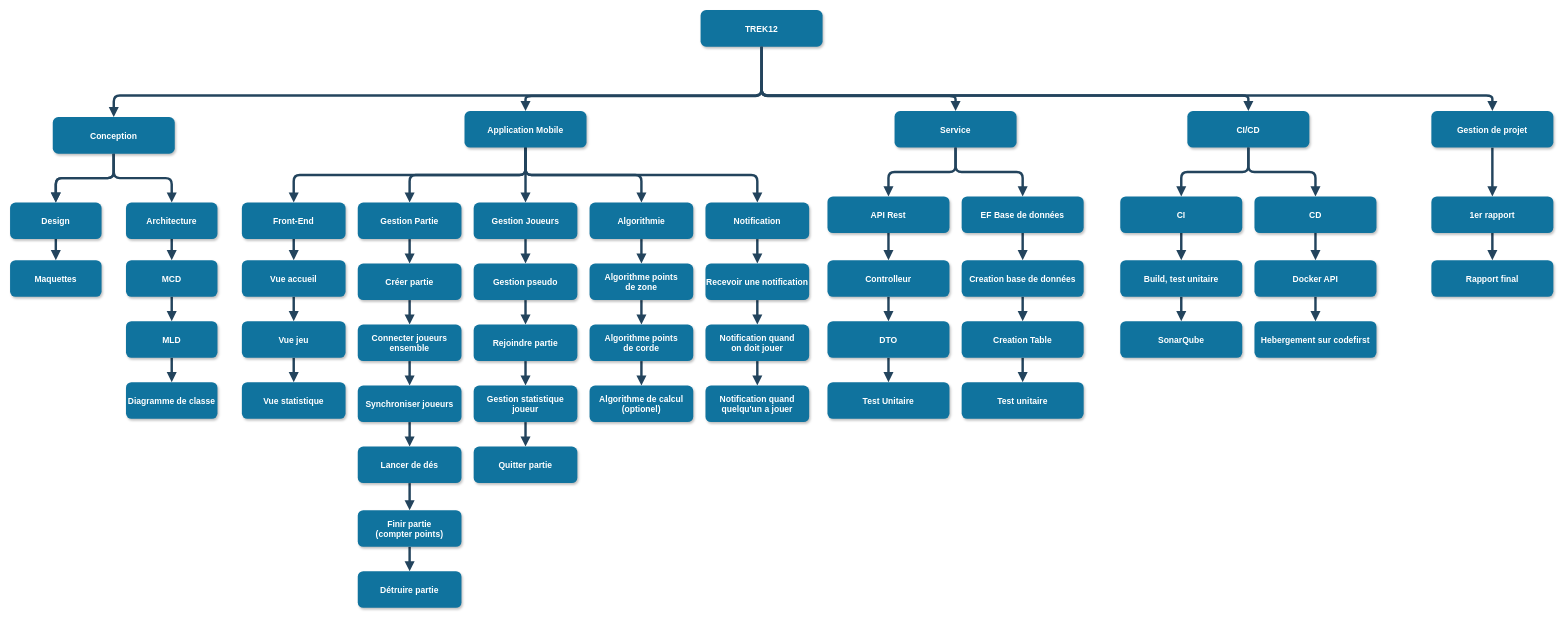
Before: Diagramme sans nom.drawio in Theo03300/Sae4.01, a draw.io diagram. Source tidied: cells renumbered, new cells numbered last; positions are measured from the earlier drawing's top-left corner, leaving out a move shared by most shapes. Both pictures are drawn from the tidied source at 61%, with x=0, y=0 at pixel (10, 10).
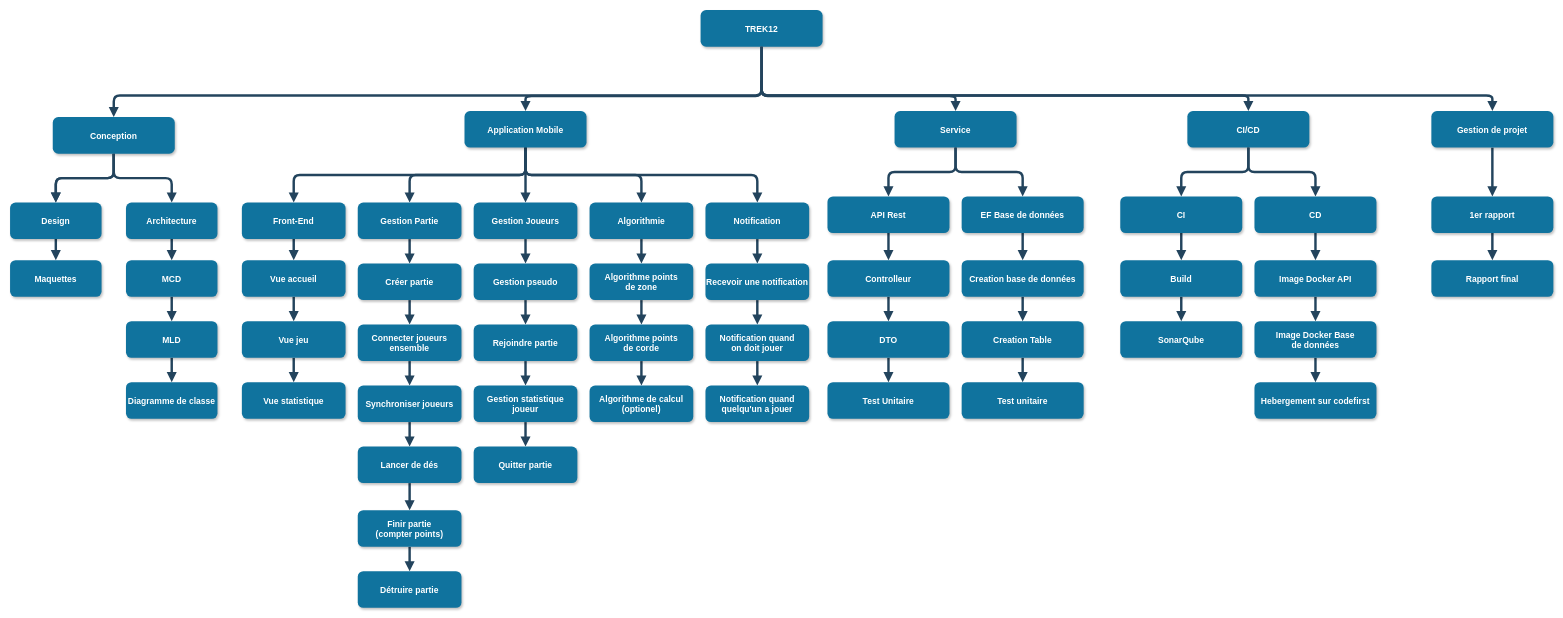
After the change.

Commit message:
Mettre à jour Diagramme sans nom.drawio

The edit, as a diff of the source:
```diff
@@
-    <mxCell id="59" value="Build, test unitaire" style="rounded=1;fillColor=#10739E;strokeColor=none;shadow=1;gradientColor=none;fontStyle=1;fontColor=#FFFFFF;fontSize=14;" parent="1" vertex="1">
+    <mxCell id="59" value="Build" style="rounded=1;fillColor=#10739E;strokeColor=none;shadow=1;gradientColor=none;fontStyle=1;fontColor=#FFFFFF;fontSize=14;" parent="1" vertex="1">
       <mxGeometry x="1820" y="410" width="200" height="60" as="geometry" />
     </mxCell>
@@
-    <mxCell id="62" value="Docker API" style="rounded=1;fillColor=#10739E;strokeColor=none;shadow=1;gradientColor=none;fontStyle=1;fontColor=#FFFFFF;fontSize=14;" parent="1" vertex="1">
+    <mxCell id="62" value="Image Docker API" style="rounded=1;fillColor=#10739E;strokeColor=none;shadow=1;gradientColor=none;fontStyle=1;fontColor=#FFFFFF;fontSize=14;" parent="1" vertex="1">
       <mxGeometry x="2040" y="410" width="200" height="60" as="geometry" />
     </mxCell>
+    <mxCell id="106" style="edgeStyle=orthogonalEdgeStyle;rounded=0;jettySize=auto;html=1;strokeWidth=4;endArrow=block;endFill=1;strokeColor=#23445d;" parent="1" edge="1" source="63" target="107">
+      <mxGeometry relative="1" as="geometry" />
+    </mxCell>
-    <mxCell id="63" value="Hebergement sur codefirst" style="rounded=1;fillColor=#10739E;strokeColor=none;shadow=1;gradientColor=none;fontStyle=1;fontColor=#FFFFFF;fontSize=14;" parent="1" vertex="1">
+    <mxCell id="63" value="Image Docker Base&#10;de données" style="rounded=1;fillColor=#10739E;strokeColor=none;shadow=1;gradientColor=none;fontStyle=1;fontColor=#FFFFFF;fontSize=14;" parent="1" vertex="1">
       <mxGeometry x="2040" y="510" width="200" height="60" as="geometry" />
     </mxCell>
@@
+    <mxCell id="107" value="Hebergement sur codefirst" style="rounded=1;fillColor=#10739E;strokeColor=none;shadow=1;gradientColor=none;fontStyle=1;fontColor=#FFFFFF;fontSize=14;" parent="1" vertex="1">
+      <mxGeometry x="2040" y="610" width="200" height="60" as="geometry" />
+    </mxCell>
```
